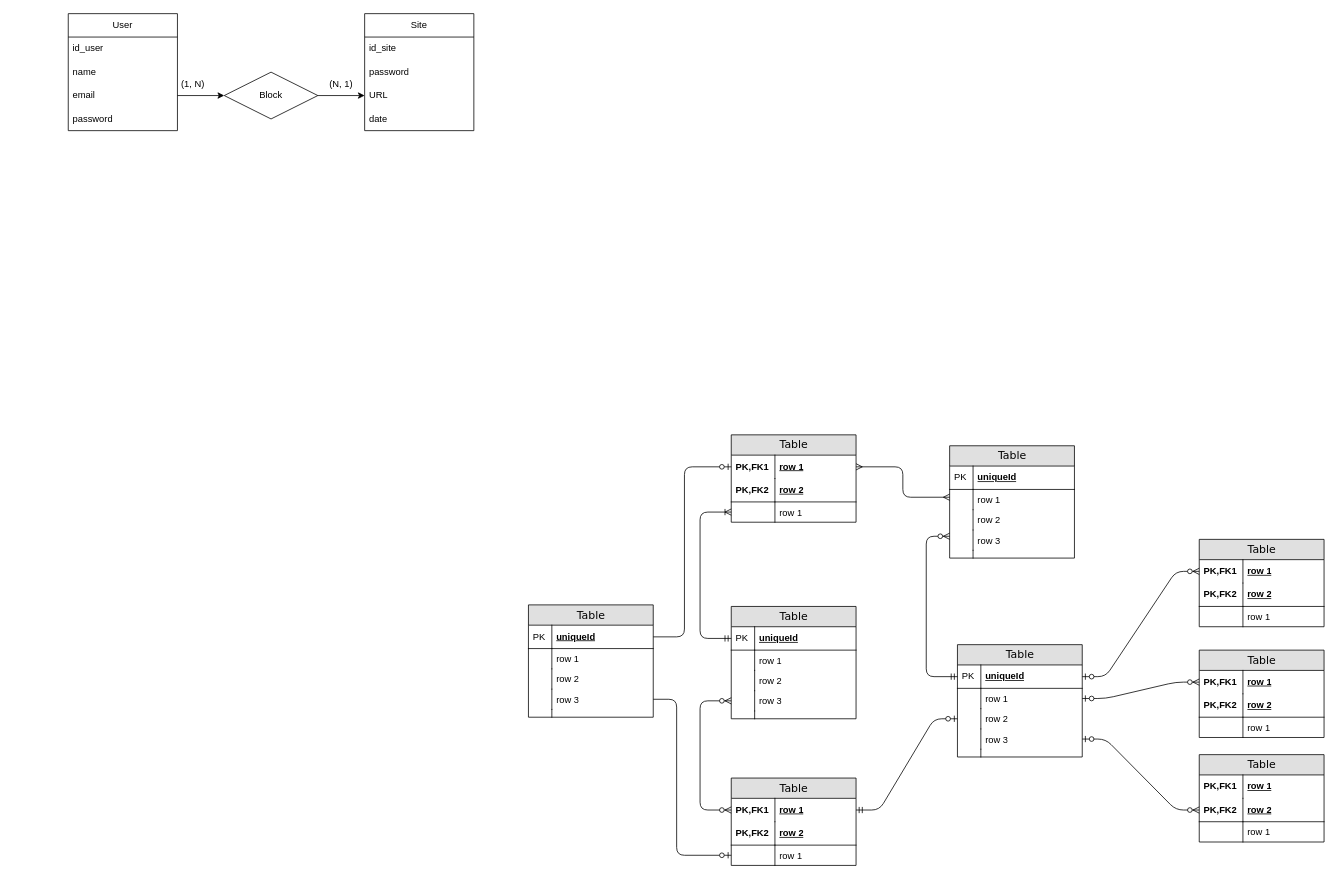
Before: Diagramme sans nom.drawio in professor-kaiser/projet-perso, a draw.io diagram. Source tidied: cells renumbered, new cells numbered last; positions are measured from the earlier drawing's top-left corner, leaving out a move shared by most shapes. Both pictures are drawn from the tidied source at 78%, with x=0, y=0 at pixel (68, 13).
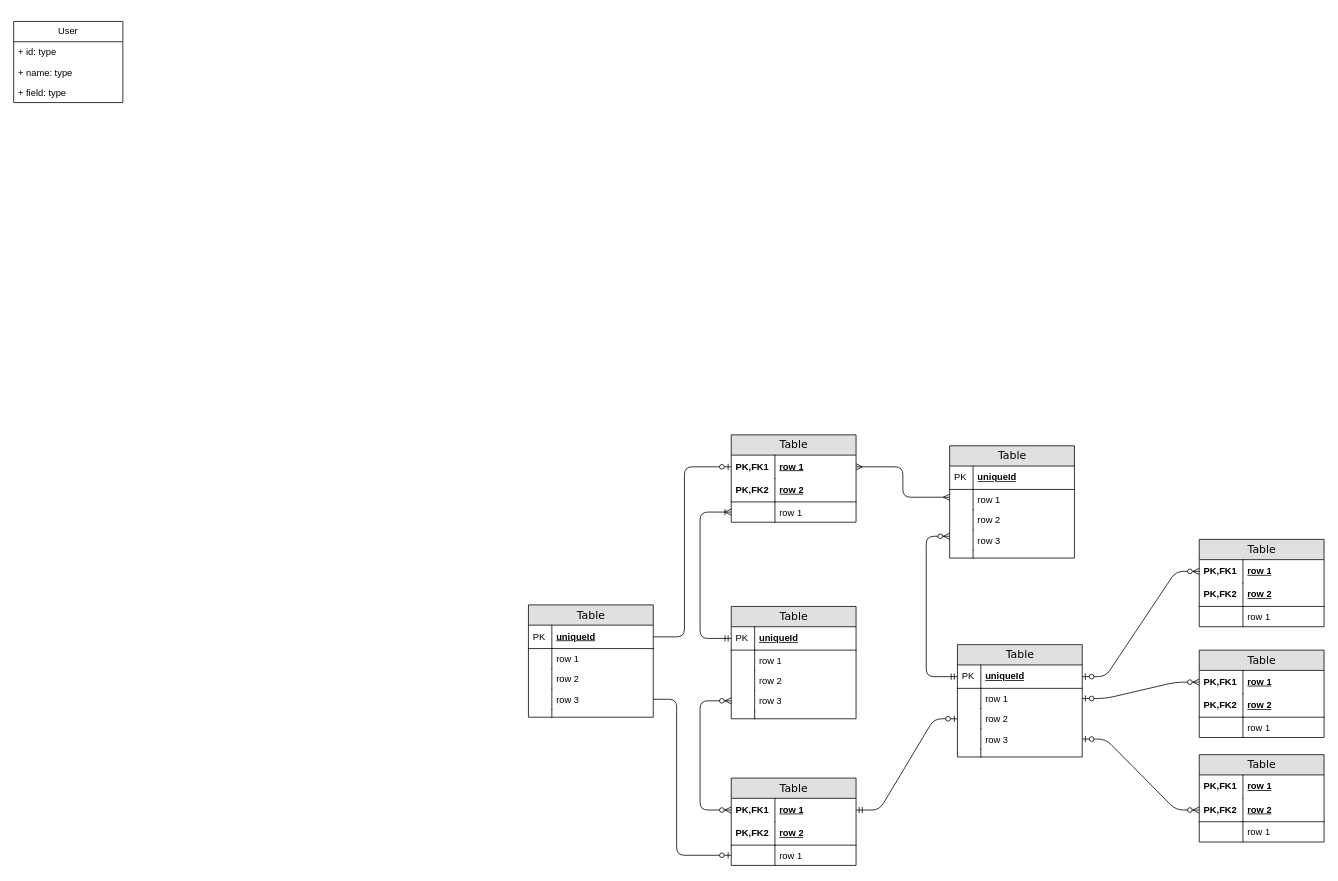
Above is the later version.

Diff of the diagram source:
```diff
@@
-    <mxCell id="91" value="User" style="swimlane;fontStyle=0;horizontal=1;startSize=30;whiteSpace=wrap;html=1;" parent="1" vertex="1">
-      <mxGeometry width="140" height="150" as="geometry" />
+    <mxCell id="91" value="User" style="swimlane;fontStyle=0;horizontal=1;startSize=26;fillColor=none;whiteSpace=wrap;html=1;" parent="1" vertex="1">
+      <mxGeometry x="-70" y="10" width="140" height="104" as="geometry" />
     </mxCell>
-    <mxCell id="92" value="id_user" style="text;strokeColor=none;fillColor=none;align=left;verticalAlign=middle;spacingLeft=4;spacingRight=4;overflow=hidden;whiteSpace=wrap;html=1;" parent="91" vertex="1">
-      <mxGeometry y="30" width="140" height="30" as="geometry" />
-    </mxCell>
-    <mxCell id="93" value="name" style="text;strokeColor=none;fillColor=none;align=left;verticalAlign=middle;spacingLeft=4;spacingRight=4;overflow=hidden;whiteSpace=wrap;html=1;" parent="91" vertex="1">
-      <mxGeometry y="60" width="140" height="30" as="geometry" />
-    </mxCell>
-    <mxCell id="94" value="email" style="text;strokeColor=none;fillColor=none;align=left;verticalAlign=middle;spacingLeft=4;spacingRight=4;overflow=hidden;points=[[0,0.5],[1,0.5]];portConstraint=eastwest;whiteSpace=wrap;html=1;" parent="91" vertex="1">
-      <mxGeometry y="90" width="140" height="30" as="geometry" />
-    </mxCell>
-    <mxCell id="95" value="password" style="text;strokeColor=none;fillColor=none;align=left;verticalAlign=middle;spacingLeft=4;spacingRight=4;overflow=hidden;whiteSpace=wrap;html=1;" parent="91" vertex="1">
-      <mxGeometry y="120" width="140" height="30" as="geometry" />
-    </mxCell>
-    <mxCell id="96" value="Site" style="swimlane;fontStyle=0;horizontal=1;startSize=30;whiteSpace=wrap;html=1;" parent="1" vertex="1">
-      <mxGeometry x="380" width="140" height="150" as="geometry" />
-    </mxCell>
-    <mxCell id="97" value="id_site" style="text;strokeColor=none;fillColor=none;align=left;verticalAlign=middle;spacingLeft=4;spacingRight=4;overflow=hidden;whiteSpace=wrap;html=1;" parent="96" vertex="1">
-      <mxGeometry y="30" width="140" height="30" as="geometry" />
-    </mxCell>
-    <mxCell id="98" value="password" style="text;strokeColor=none;fillColor=none;align=left;verticalAlign=middle;spacingLeft=4;spacingRight=4;overflow=hidden;whiteSpace=wrap;html=1;" parent="96" vertex="1">
-      <mxGeometry y="60" width="140" height="30" as="geometry" />
-    </mxCell>
-    <mxCell id="99" value="URL" style="text;strokeColor=none;fillColor=none;align=left;verticalAlign=middle;spacingLeft=4;spacingRight=4;overflow=hidden;points=[[0,0.5],[1,0.5]];portConstraint=eastwest;whiteSpace=wrap;html=1;" parent="96" vertex="1">
-      <mxGeometry y="90" width="140" height="30" as="geometry" />
-    </mxCell>
-    <mxCell id="100" value="&lt;div&gt;date&lt;/div&gt;" style="text;strokeColor=none;fillColor=none;align=left;verticalAlign=middle;spacingLeft=4;spacingRight=4;overflow=hidden;whiteSpace=wrap;html=1;" parent="96" vertex="1">
-      <mxGeometry y="120" width="140" height="30" as="geometry" />
-    </mxCell>
-    <mxCell id="101" value="(1, N)" style="text;html=1;align=center;verticalAlign=middle;whiteSpace=wrap;rounded=0;" parent="1" vertex="1">
-      <mxGeometry x="130" y="75" width="60" height="30" as="geometry" />
-    </mxCell>
-    <mxCell id="102" value="(N, 1)" style="text;html=1;align=center;verticalAlign=middle;whiteSpace=wrap;rounded=0;" parent="1" vertex="1">
-      <mxGeometry x="320" y="75" width="60" height="30" as="geometry" />
-    </mxCell>
-    <mxCell id="103" style="edgeStyle=orthogonalEdgeStyle;rounded=0;jettySize=auto;html=1;exitX=1;exitY=0.5;exitDx=0;exitDy=0;entryX=0;entryY=0.5;entryDx=0;entryDy=0;" parent="1" edge="1" source="104" target="99">
-      <mxGeometry relative="1" as="geometry" />
-    </mxCell>
-    <mxCell id="104" value="Block" style="shape=rhombus;perimeter=rhombusPerimeter;whiteSpace=wrap;html=1;align=center;" parent="1" vertex="1">
-      <mxGeometry x="200" y="75" width="120" height="60" as="geometry" />
-    </mxCell>
-    <mxCell id="105" style="edgeStyle=orthogonalEdgeStyle;rounded=0;jettySize=auto;html=1;exitX=1;exitY=0.5;exitDx=0;exitDy=0;entryX=0;entryY=0.5;entryDx=0;entryDy=0;" parent="1" edge="1" source="94" target="104">
-      <mxGeometry relative="1" as="geometry" />
-    </mxCell>
+    <mxCell id="106" value="+ id: type" style="text;strokeColor=none;fillColor=none;align=left;verticalAlign=top;spacingLeft=4;spacingRight=4;overflow=hidden;whiteSpace=wrap;html=1;" parent="91" vertex="1">
+      <mxGeometry y="26" width="140" height="26" as="geometry" />
+    </mxCell>
+    <mxCell id="107" value="+ name: type" style="text;strokeColor=none;fillColor=none;align=left;verticalAlign=top;spacingLeft=4;spacingRight=4;overflow=hidden;whiteSpace=wrap;html=1;" parent="91" vertex="1">
+      <mxGeometry y="52" width="140" height="26" as="geometry" />
+    </mxCell>
+    <mxCell id="108" value="+ field: type" style="text;strokeColor=none;fillColor=none;align=left;verticalAlign=top;spacingLeft=4;spacingRight=4;overflow=hidden;whiteSpace=wrap;html=1;" parent="91" vertex="1">
+      <mxGeometry y="78" width="140" height="26" as="geometry" />
+    </mxCell>
```
